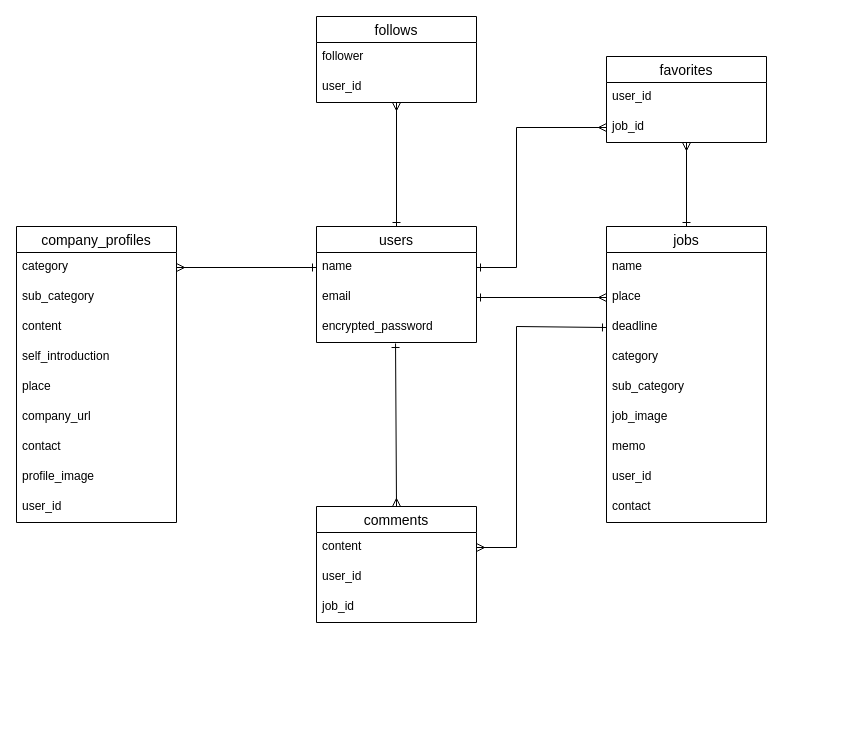
Before: factory.drawio in ikejiri-ohashi/factory, a draw.io diagram. Source tidied: cells renumbered, new cells numbered last; positions are measured from the earlier drawing's top-left corner, leaving out a move shared by most shapes. Both pictures are drawn from the tidied source at 100%, with x=0, y=0 at pixel (16, 16).
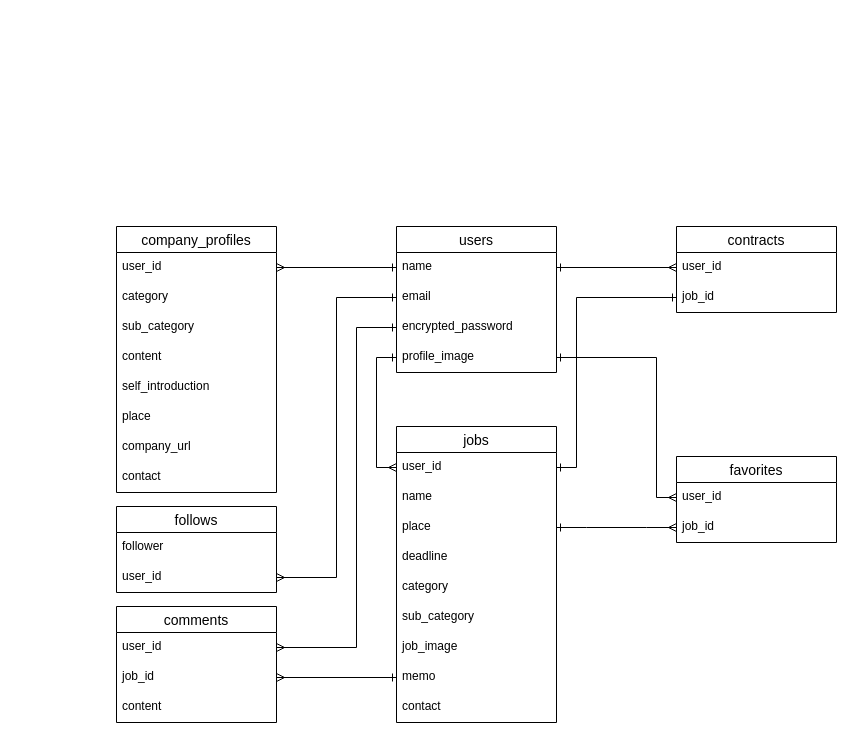
After the change.

The change refers to these unchanged cells:
```xml
<mxCell id="3" value="name" style="text;strokeColor=none;fillColor=none;spacingLeft=4;spacingRight=4;overflow=hidden;points=[[0,0.5],[1,0.5]];portConstraint=eastwest;fontSize=12;" parent="2" vertex="1">
  <mxGeometry y="26" width="160" height="30" as="geometry" />
</mxCell>
<mxCell id="4" value="email" style="text;strokeColor=none;fillColor=none;spacingLeft=4;spacingRight=4;overflow=hidden;points=[[0,0.5],[1,0.5]];portConstraint=eastwest;fontSize=12;" parent="2" vertex="1">
  <mxGeometry y="56" width="160" height="30" as="geometry" />
</mxCell>
<mxCell id="5" value="encrypted_password" style="text;strokeColor=none;fillColor=none;spacingLeft=4;spacingRight=4;overflow=hidden;points=[[0,0.5],[1,0.5]];portConstraint=eastwest;fontSize=12;" parent="2" vertex="1">
  <mxGeometry y="86" width="160" height="30" as="geometry" />
</mxCell>
<mxCell id="35" value="user_id" style="text;strokeColor=none;fillColor=none;spacingLeft=4;spacingRight=4;overflow=hidden;points=[[0,0.5],[1,0.5]];portConstraint=eastwest;fontSize=12;" parent="34" vertex="1">
  <mxGeometry y="26" width="160" height="30" as="geometry" />
</mxCell>
<mxCell id="36" value="job_id" style="text;strokeColor=none;fillColor=none;spacingLeft=4;spacingRight=4;overflow=hidden;points=[[0,0.5],[1,0.5]];portConstraint=eastwest;fontSize=12;" parent="34" vertex="1">
  <mxGeometry y="56" width="160" height="30" as="geometry" />
</mxCell>
<mxCell id="41" value="user_id" style="text;strokeColor=none;fillColor=none;spacingLeft=4;spacingRight=4;overflow=hidden;points=[[0,0.5],[1,0.5]];portConstraint=eastwest;fontSize=12;" parent="39" vertex="1">
  <mxGeometry y="56" width="160" height="30" as="geometry" />
</mxCell>
```

What changed in the source:
```diff
@@
     <mxCell id="2" value="users" style="swimlane;fontStyle=0;horizontal=1;startSize=26;align=center;fontSize=14;" parent="1" vertex="1">
-      <mxGeometry x="300" y="210" width="160" height="116" as="geometry" />
+      <mxGeometry x="380" y="210" width="160" height="146" as="geometry" />
     </mxCell>
@@
+    <mxCell id="30" value="profile_image" style="text;strokeColor=none;fillColor=none;spacingLeft=4;spacingRight=4;overflow=hidden;points=[[0,0.5],[1,0.5]];portConstraint=eastwest;fontSize=12;" parent="2" vertex="1">
+      <mxGeometry y="116" width="160" height="30" as="geometry" />
+    </mxCell>
     <mxCell id="6" value="jobs" style="swimlane;fontStyle=0;horizontal=1;startSize=26;align=center;fontSize=14;" parent="1" vertex="1">
-      <mxGeometry x="590" y="210" width="160" height="296" as="geometry" />
+      <mxGeometry x="380" y="410" width="160" height="296" as="geometry" />
     </mxCell>
+    <mxCell id="43" value="user_id" style="text;strokeColor=none;fillColor=none;spacingLeft=4;spacingRight=4;overflow=hidden;points=[[0,0.5],[1,0.5]];portConstraint=eastwest;fontSize=12;" parent="6" vertex="1">
+      <mxGeometry y="26" width="160" height="30" as="geometry" />
+    </mxCell>
     <mxCell id="7" value="name" style="text;strokeColor=none;fillColor=none;spacingLeft=4;spacingRight=4;overflow=hidden;fontSize=12;" parent="6" vertex="1">
-      <mxGeometry y="26" width="160" height="30" as="geometry" />
+      <mxGeometry y="56" width="160" height="30" as="geometry" />
     </mxCell>
     <mxCell id="8" value="place" style="text;strokeColor=none;fillColor=none;spacingLeft=4;spacingRight=4;overflow=hidden;points=[[0,0.5],[1,0.5]];portConstraint=eastwest;fontSize=12;" parent="6" vertex="1">
-      <mxGeometry y="56" width="160" height="30" as="geometry" />
+      <mxGeometry y="86" width="160" height="30" as="geometry" />
     </mxCell>
     <mxCell id="9" value="deadline" style="text;strokeColor=none;fillColor=none;spacingLeft=4;spacingRight=4;overflow=hidden;points=[[0,0.5],[1,0.5]];portConstraint=eastwest;fontSize=12;" parent="6" vertex="1">
-      <mxGeometry y="86" width="160" height="30" as="geometry" />
+      <mxGeometry y="116" width="160" height="30" as="geometry" />
     </mxCell>
     <mxCell id="10" value="category" style="text;strokeColor=none;fillColor=none;spacingLeft=4;spacingRight=4;overflow=hidden;fontSize=12;" parent="6" vertex="1">
-      <mxGeometry y="116" width="160" height="30" as="geometry" />
+      <mxGeometry y="146" width="160" height="30" as="geometry" />
     </mxCell>
     <mxCell id="11" value="sub_category" style="text;strokeColor=none;fillColor=none;spacingLeft=4;spacingRight=4;overflow=hidden;fontSize=12;" parent="6" vertex="1">
-      <mxGeometry y="146" width="160" height="30" as="geometry" />
+      <mxGeometry y="176" width="160" height="30" as="geometry" />
     </mxCell>
     <mxCell id="12" value="job_image" style="text;strokeColor=none;fillColor=none;spacingLeft=4;spacingRight=4;overflow=hidden;fontSize=12;" parent="6" vertex="1">
-      <mxGeometry y="176" width="160" height="30" as="geometry" />
+      <mxGeometry y="206" width="160" height="30" as="geometry" />
     </mxCell>
     <mxCell id="13" value="memo" style="text;strokeColor=none;fillColor=none;spacingLeft=4;spacingRight=4;overflow=hidden;points=[[0,0.5],[1,0.5]];portConstraint=eastwest;fontSize=12;" parent="6" vertex="1">
-      <mxGeometry y="206" width="160" height="30" as="geometry" />
+      <mxGeometry y="236" width="160" height="30" as="geometry" />
     </mxCell>
-    <mxCell id="14" value="user_id" style="text;strokeColor=none;fillColor=none;spacingLeft=4;spacingRight=4;overflow=hidden;fontSize=12;" parent="6" vertex="1">
-      <mxGeometry y="236" width="160" height="30" as="geometry" />
-    </mxCell>
@@
-    <mxCell id="16" style="rounded=0;jettySize=auto;html=1;exitX=1;exitY=0.5;exitDx=0;exitDy=0;entryX=0;entryY=0.5;entryDx=0;entryDy=0;endArrow=ERmany;endFill=0;startArrow=ERone;startFill=0;" parent="1" edge="1" source="4" target="8">
-      <mxGeometry relative="1" as="geometry" />
+    <mxCell id="16" style="rounded=0;jettySize=auto;html=1;exitX=0;exitY=0.5;exitDx=0;exitDy=0;entryX=0;entryY=0.5;entryDx=0;entryDy=0;endArrow=ERmany;endFill=0;startArrow=ERone;startFill=0;" parent="1" edge="1" source="30" target="43">
+      <mxGeometry relative="1" as="geometry">
+        <Array as="points">
+          <mxPoint x="360" y="341" />
+          <mxPoint x="360" y="451" />
+        </Array>
+      </mxGeometry>
     </mxCell>
     <mxCell id="17" value="comments" style="swimlane;fontStyle=0;horizontal=1;startSize=26;align=center;fontSize=14;" parent="1" vertex="1">
-      <mxGeometry x="300" y="490" width="160" height="116" as="geometry" />
+      <mxGeometry x="100" y="590" width="160" height="116" as="geometry" />
     </mxCell>
-    <mxCell id="18" value="content" style="text;strokeColor=none;fillColor=none;spacingLeft=4;spacingRight=4;overflow=hidden;points=[[0,0.5],[1,0.5]];portConstraint=eastwest;fontSize=12;" parent="17" vertex="1">
+    <mxCell id="18" value="user_id" style="text;strokeColor=none;fillColor=none;spacingLeft=4;spacingRight=4;overflow=hidden;points=[[0,0.5],[1,0.5]];portConstraint=eastwest;fontSize=12;" parent="17" vertex="1">
       <mxGeometry y="26" width="160" height="30" as="geometry" />
     </mxCell>
-    <mxCell id="19" value="user_id" style="text;strokeColor=none;fillColor=none;spacingLeft=4;spacingRight=4;overflow=hidden;points=[[0,0.5],[1,0.5]];portConstraint=eastwest;fontSize=12;" parent="17" vertex="1">
+    <mxCell id="19" value="job_id" style="text;strokeColor=none;fillColor=none;spacingLeft=4;spacingRight=4;overflow=hidden;points=[[0,0.5],[1,0.5]];portConstraint=eastwest;fontSize=12;" parent="17" vertex="1">
       <mxGeometry y="56" width="160" height="30" as="geometry" />
     </mxCell>
-    <mxCell id="20" value="job_id" style="text;strokeColor=none;fillColor=none;spacingLeft=4;spacingRight=4;overflow=hidden;fontSize=12;" parent="17" vertex="1">
+    <mxCell id="20" value="content" style="text;strokeColor=none;fillColor=none;spacingLeft=4;spacingRight=4;overflow=hidden;fontSize=12;" parent="17" vertex="1">
       <mxGeometry y="86" width="160" height="30" as="geometry" />
     </mxCell>
-    <mxCell id="21" style="rounded=0;jettySize=auto;html=1;exitX=0.494;exitY=1.033;exitDx=0;exitDy=0;entryX=0.5;entryY=0;entryDx=0;entryDy=0;endArrow=ERmany;endFill=0;startArrow=ERone;startFill=0;exitPerimeter=0;" parent="1" edge="1" source="5" target="17">
-      <mxGeometry relative="1" as="geometry" />
+    <mxCell id="21" style="rounded=0;jettySize=auto;html=1;entryX=1;entryY=0.5;entryDx=0;entryDy=0;endArrow=ERmany;endFill=0;startArrow=ERone;startFill=0;exitX=0;exitY=0.5;exitDx=0;exitDy=0;" parent="1" edge="1" source="5" target="18">
+      <mxGeometry relative="1" as="geometry">
+        <Array as="points">
+          <mxPoint x="340" y="311" />
+          <mxPoint x="340" y="631" />
+        </Array>
+      </mxGeometry>
     </mxCell>
     <mxCell id="22" value="company_profiles" style="swimlane;fontStyle=0;horizontal=1;startSize=26;align=center;fontSize=14;" parent="1" vertex="1">
-      <mxGeometry y="210" width="160" height="296" as="geometry" />
+      <mxGeometry x="100" y="210" width="160" height="266" as="geometry" />
     </mxCell>
+    <mxCell id="44" value="user_id" style="text;strokeColor=none;fillColor=none;spacingLeft=4;spacingRight=4;overflow=hidden;points=[[0,0.5],[1,0.5]];portConstraint=eastwest;fontSize=12;" parent="22" vertex="1">
+      <mxGeometry y="26" width="160" height="30" as="geometry" />
+    </mxCell>
     <mxCell id="23" value="category" style="text;strokeColor=none;fillColor=none;spacingLeft=4;spacingRight=4;overflow=hidden;points=[[0,0.5],[1,0.5]];portConstraint=eastwest;fontSize=12;" parent="22" vertex="1">
-      <mxGeometry y="26" width="160" height="30" as="geometry" />
+      <mxGeometry y="56" width="160" height="30" as="geometry" />
     </mxCell>
     <mxCell id="24" value="sub_category" style="text;strokeColor=none;fillColor=none;spacingLeft=4;spacingRight=4;overflow=hidden;fontSize=12;" parent="22" vertex="1">
-      <mxGeometry y="56" width="160" height="30" as="geometry" />
+      <mxGeometry y="86" width="160" height="30" as="geometry" />
     </mxCell>
     <mxCell id="25" value="content" style="text;strokeColor=none;fillColor=none;spacingLeft=4;spacingRight=4;overflow=hidden;fontSize=12;" parent="22" vertex="1">
-      <mxGeometry y="86" width="160" height="30" as="geometry" />
+      <mxGeometry y="116" width="160" height="30" as="geometry" />
     </mxCell>
     <mxCell id="26" value="self_introduction" style="text;strokeColor=none;fillColor=none;spacingLeft=4;spacingRight=4;overflow=hidden;fontSize=12;" parent="22" vertex="1">
-      <mxGeometry y="116" width="160" height="30" as="geometry" />
+      <mxGeometry y="146" width="160" height="30" as="geometry" />
     </mxCell>
     <mxCell id="27" value="place" style="text;strokeColor=none;fillColor=none;spacingLeft=4;spacingRight=4;overflow=hidden;fontSize=12;" parent="22" vertex="1">
-      <mxGeometry y="146" width="160" height="30" as="geometry" />
+      <mxGeometry y="176" width="160" height="30" as="geometry" />
     </mxCell>
     <mxCell id="28" value="company_url" style="text;strokeColor=none;fillColor=none;spacingLeft=4;spacingRight=4;overflow=hidden;fontSize=12;" parent="22" vertex="1">
-      <mxGeometry y="176" width="160" height="30" as="geometry" />
+      <mxGeometry y="206" width="160" height="30" as="geometry" />
     </mxCell>
     <mxCell id="29" value="contact" style="text;strokeColor=none;fillColor=none;spacingLeft=4;spacingRight=4;overflow=hidden;fontSize=12;" parent="22" vertex="1">
-      <mxGeometry y="206" width="160" height="30" as="geometry" />
+      <mxGeometry y="236" width="160" height="30" as="geometry" />
     </mxCell>
-    <mxCell id="30" value="profile_image" style="text;strokeColor=none;fillColor=none;spacingLeft=4;spacingRight=4;overflow=hidden;points=[[0,0.5],[1,0.5]];portConstraint=eastwest;fontSize=12;" parent="22" vertex="1">
-      <mxGeometry y="236" width="160" height="30" as="geometry" />
-    </mxCell>
-    <mxCell id="31" value="user_id" style="text;strokeColor=none;fillColor=none;spacingLeft=4;spacingRight=4;overflow=hidden;fontSize=12;" parent="22" vertex="1">
-      <mxGeometry y="266" width="160" height="30" as="geometry" />
-    </mxCell>
-    <mxCell id="32" style="rounded=0;jettySize=auto;html=1;exitX=0;exitY=0.5;exitDx=0;exitDy=0;entryX=1;entryY=0.5;entryDx=0;entryDy=0;endArrow=ERmany;endFill=0;startArrow=ERone;startFill=0;" parent="1" edge="1" source="3" target="23">
+    <mxCell id="32" style="rounded=0;jettySize=auto;html=1;exitX=0;exitY=0.5;exitDx=0;exitDy=0;endArrow=ERmany;endFill=0;startArrow=ERone;startFill=0;entryX=1;entryY=0.5;entryDx=0;entryDy=0;" parent="1" edge="1" source="3" target="44">
       <mxGeometry relative="1" as="geometry" />
     </mxCell>
-    <mxCell id="33" style="rounded=0;jettySize=auto;html=1;exitX=0;exitY=0.5;exitDx=0;exitDy=0;endArrow=ERmany;endFill=0;startArrow=ERone;startFill=0;entryX=1;entryY=0.5;entryDx=0;entryDy=0;" parent="1" edge="1" source="9" target="18">
-      <mxGeometry relative="1" as="geometry">
-        <Array as="points">
-          <mxPoint x="500" y="310" />
-          <mxPoint x="500" y="531" />
-        </Array>
-      </mxGeometry>
-    </mxCell>
     <mxCell id="34" value="favorites" style="swimlane;fontStyle=0;horizontal=1;startSize=26;align=center;fontSize=14;" parent="1" vertex="1">
-      <mxGeometry x="590" y="40" width="160" height="86" as="geometry" />
+      <mxGeometry x="660" y="440" width="160" height="86" as="geometry" />
     </mxCell>
@@
-    <mxCell id="37" style="rounded=0;jettySize=auto;html=1;endArrow=ERmany;endFill=0;startArrow=ERone;startFill=0;exitX=0.5;exitY=0;exitDx=0;exitDy=0;" parent="1" edge="1" source="6" target="36">
+    <mxCell id="37" style="rounded=0;jettySize=auto;html=1;endArrow=ERmany;endFill=0;startArrow=ERone;startFill=0;exitX=1;exitY=0.5;exitDx=0;exitDy=0;entryX=0;entryY=0.5;entryDx=0;entryDy=0;edgeStyle=entityRelationEdgeStyle;" parent="1" edge="1" source="8" target="36">
       <mxGeometry relative="1" as="geometry" />
     </mxCell>
-    <mxCell id="38" style="rounded=0;jettySize=auto;html=1;exitX=1;exitY=0.5;exitDx=0;exitDy=0;entryX=0;entryY=0.5;entryDx=0;entryDy=0;endArrow=ERmany;endFill=0;startArrow=ERone;startFill=0;" parent="1" edge="1" source="3" target="36">
+    <mxCell id="38" style="rounded=0;jettySize=auto;html=1;exitX=1;exitY=0.5;exitDx=0;exitDy=0;entryX=0;entryY=0.5;entryDx=0;entryDy=0;endArrow=ERmany;endFill=0;startArrow=ERone;startFill=0;" parent="1" edge="1" source="30" target="35">
       <mxGeometry relative="1" as="geometry">
         <Array as="points">
-          <mxPoint x="500" y="251" />
-          <mxPoint x="500" y="111" />
+          <mxPoint x="640" y="341" />
+          <mxPoint x="640" y="481" />
         </Array>
       </mxGeometry>
     </mxCell>
     <mxCell id="39" value="follows" style="swimlane;fontStyle=0;horizontal=1;startSize=26;align=center;fontSize=14;" parent="1" vertex="1">
-      <mxGeometry x="300" width="160" height="86" as="geometry" />
+      <mxGeometry x="100" y="490" width="160" height="86" as="geometry" />
     </mxCell>
@@
-    <mxCell id="42" style="rounded=0;jettySize=auto;html=1;exitX=0.5;exitY=0;exitDx=0;exitDy=0;endArrow=ERmany;endFill=0;startArrow=ERone;startFill=0;" parent="1" edge="1" source="2" target="41">
-      <mxGeometry relative="1" as="geometry" />
-    </mxCell>
+    <mxCell id="45" value="contracts" style="swimlane;fontStyle=0;horizontal=1;startSize=26;align=center;fontSize=14;" parent="1" vertex="1">
+      <mxGeometry x="660" y="210" width="160" height="86" as="geometry" />
+    </mxCell>
+    <mxCell id="46" value="user_id" style="text;strokeColor=none;fillColor=none;spacingLeft=4;spacingRight=4;overflow=hidden;points=[[0,0.5],[1,0.5]];portConstraint=eastwest;fontSize=12;" parent="45" vertex="1">
+      <mxGeometry y="26" width="160" height="30" as="geometry" />
+    </mxCell>
+    <mxCell id="47" value="job_id" style="text;strokeColor=none;fillColor=none;spacingLeft=4;spacingRight=4;overflow=hidden;points=[[0,0.5],[1,0.5]];portConstraint=eastwest;fontSize=12;" parent="45" vertex="1">
+      <mxGeometry y="56" width="160" height="30" as="geometry" />
+    </mxCell>
+    <mxCell id="48" style="rounded=0;jettySize=auto;html=1;endArrow=ERmany;endFill=0;startArrow=ERone;startFill=0;exitX=1;exitY=0.5;exitDx=0;exitDy=0;entryX=0;entryY=0.5;entryDx=0;entryDy=0;" parent="1" edge="1" source="3" target="46">
+      <mxGeometry relative="1" as="geometry" />
+    </mxCell>
+    <mxCell id="49" style="rounded=0;jettySize=auto;html=1;endArrow=ERone;endFill=0;startArrow=ERone;startFill=0;exitX=1;exitY=0.5;exitDx=0;exitDy=0;entryX=0;entryY=0.5;entryDx=0;entryDy=0;" parent="1" edge="1" source="43" target="47">
+      <mxGeometry relative="1" as="geometry">
+        <Array as="points">
+          <mxPoint x="560" y="451" />
+          <mxPoint x="560" y="281" />
+        </Array>
+      </mxGeometry>
+    </mxCell>
+    <mxCell id="50" style="rounded=0;jettySize=auto;html=1;exitX=0;exitY=0.5;exitDx=0;exitDy=0;entryX=1;entryY=0.5;entryDx=0;entryDy=0;endArrow=ERmany;endFill=0;startArrow=ERone;startFill=0;" parent="1" edge="1" source="4" target="41">
+      <mxGeometry relative="1" as="geometry">
+        <Array as="points">
+          <mxPoint x="320" y="281" />
+          <mxPoint x="320" y="561" />
+        </Array>
+      </mxGeometry>
+    </mxCell>
+    <mxCell id="51" style="rounded=0;jettySize=auto;html=1;endArrow=ERmany;endFill=0;startArrow=ERone;startFill=0;exitX=0;exitY=0.5;exitDx=0;exitDy=0;entryX=1;entryY=0.5;entryDx=0;entryDy=0;" parent="1" edge="1" source="13" target="19">
+      <mxGeometry relative="1" as="geometry" />
+    </mxCell>
```
